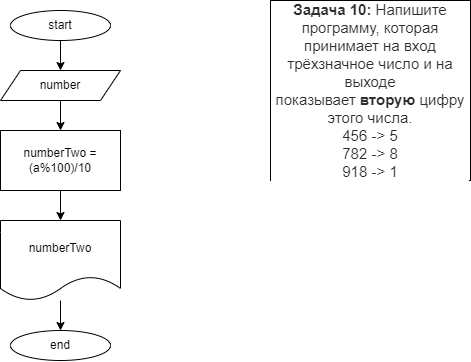
Before: Seminar_2/Task_1/Algor.drawio.png, a diagram exported from draw.io (AlexKleimon/CSharp_HomeWork). Source tidied: cells renumbered, new cells last; positions are measured from the earlier drawing's top-left corner, leaving out a move shared by most shapes.
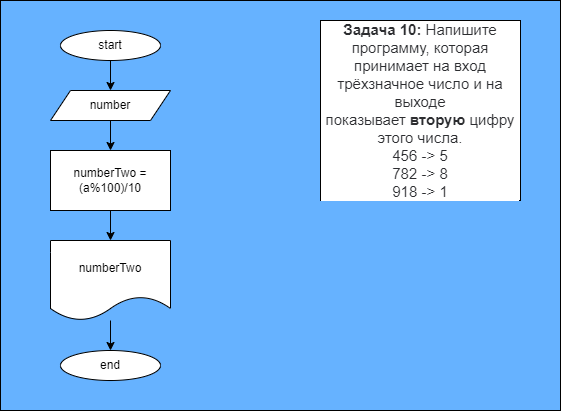
The same diagram one commit later.

Commit message:
blue color

Diff of the diagram source:
```diff
@@ -2,6 +2,9 @@
   <root>
     <mxCell id="0" />
     <mxCell id="1" parent="0" />
+    <mxCell id="12" style="rounded=0;whiteSpace=wrap;html=1;fillColor=#66B2FF;" parent="1" vertex="1">
+      <mxGeometry x="-50" y="-20" width="560" height="410" as="geometry" />
+    </mxCell>
     <mxCell id="2" value="&lt;p style=&quot;box-sizing: border-box ; margin: 0px ; color: rgb(44 , 45 , 48) ; font-family: &amp;#34;roboto&amp;#34; , &amp;#34;san francisco&amp;#34; , &amp;#34;helvetica neue&amp;#34; , &amp;#34;helvetica&amp;#34; , &amp;#34;arial&amp;#34; ; font-size: 15px ; background-color: rgb(255 , 255 , 255)&quot;&gt;&lt;span style=&quot;box-sizing: border-box ; font-weight: 700&quot;&gt;Задача 10:&lt;/span&gt;&amp;nbsp;Напишите программу, которая принимает на вход трёхзначное число и на выходе показывает&amp;nbsp;&lt;span style=&quot;box-sizing: border-box ; font-weight: 700&quot;&gt;вторую&lt;/span&gt;&amp;nbsp;цифру этого числа.&lt;/p&gt;&lt;p style=&quot;box-sizing: border-box ; margin: 0px ; color: rgb(44 , 45 , 48) ; font-family: &amp;#34;roboto&amp;#34; , &amp;#34;san francisco&amp;#34; , &amp;#34;helvetica neue&amp;#34; , &amp;#34;helvetica&amp;#34; , &amp;#34;arial&amp;#34; ; font-size: 15px ; background-color: rgb(255 , 255 , 255)&quot;&gt;456 -&amp;gt; 5&lt;br style=&quot;box-sizing: border-box&quot;&gt;782 -&amp;gt; 8&lt;br style=&quot;box-sizing: border-box&quot;&gt;918 -&amp;gt; 1&lt;/p&gt;" style="rounded=0;whiteSpace=wrap;html=1;" parent="1" vertex="1">
       <mxGeometry x="270" width="200" height="180" as="geometry" />
     </mxCell>
```
